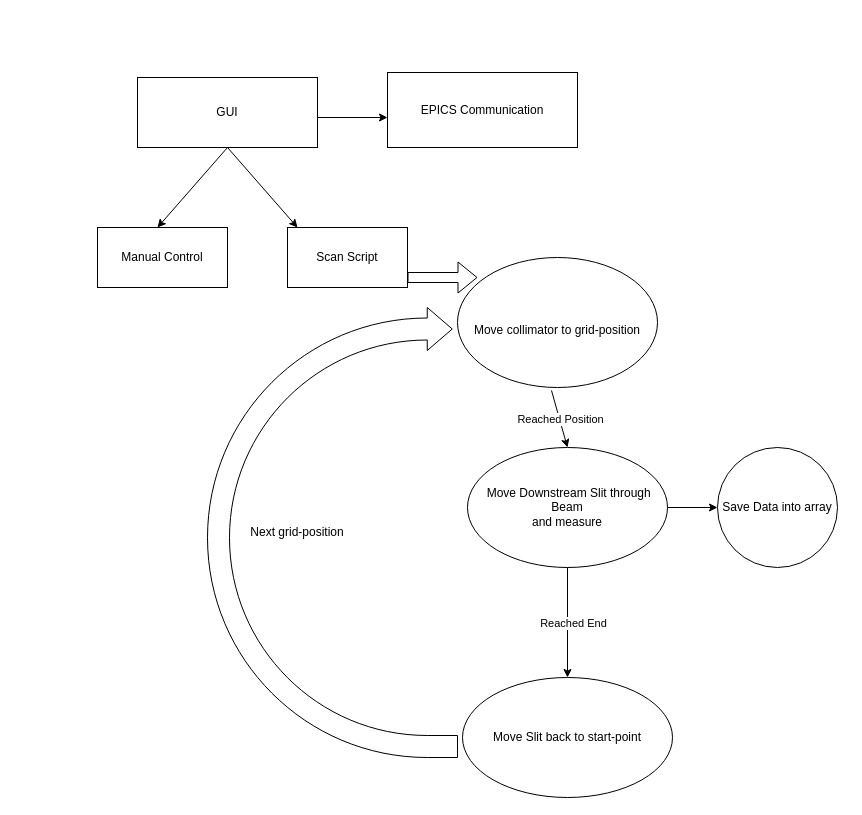
Before: Program_Diagram.drawio in sistrebel/Emittancemeter_control, a draw.io diagram. Source tidied: cells renumbered, new cells numbered last; positions are measured from the earlier drawing's top-left corner, leaving out a move shared by most shapes. Both pictures are drawn from the tidied source at 100%, with x=0, y=0 at pixel (97, 72).
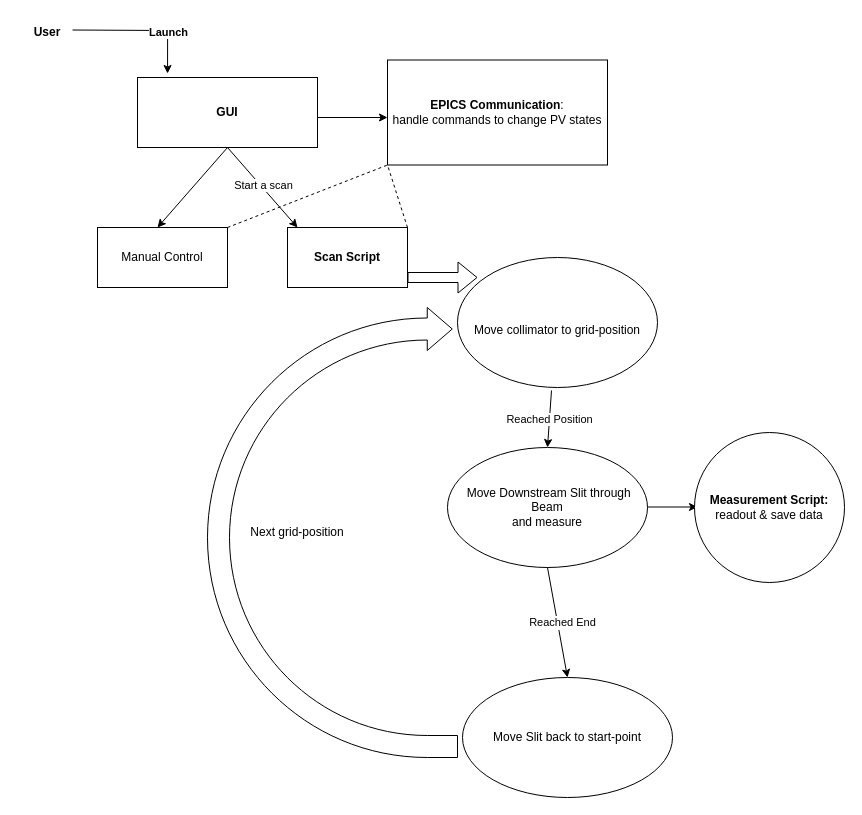
The same page after the edit.

The change refers to these unchanged cells:
```xml
<mxCell id="5" style="endArrow=classic;html=1;rounded=0;" parent="1" edge="1">
  <mxGeometry relative="1" as="geometry">
    <mxPoint x="130" y="75" as="sourcePoint" />
    <mxPoint x="200" y="155" as="targetPoint" />
  </mxGeometry>
</mxCell>
```

The edit, as a diff of the source:
```diff
@@
-    <mxCell id="2" value="GUI" style="rounded=0;whiteSpace=wrap;html=1;" parent="1" vertex="1">
+    <mxCell id="2" value="&lt;b&gt;GUI&lt;/b&gt;" style="rounded=0;whiteSpace=wrap;html=1;" parent="1" vertex="1">
       <mxGeometry x="40" y="5" width="180" height="70" as="geometry" />
     </mxCell>
@@
-    <mxCell id="4" value="EPICS Communication" style="rounded=0;whiteSpace=wrap;html=1;" parent="1" vertex="1">
-      <mxGeometry x="290" width="190" height="75" as="geometry" />
+    <mxCell id="4" value="&lt;b&gt;EPICS Communication&lt;/b&gt;:&lt;br&gt;handle commands to change PV states" style="rounded=0;whiteSpace=wrap;html=1;" parent="1" vertex="1">
+      <mxGeometry x="290" y="-12.5" width="220" height="105" as="geometry" />
     </mxCell>
@@
+    <mxCell id="22" value="Start a scan" style="edgeLabel;html=1;align=center;verticalAlign=middle;" parent="5" vertex="1">
+      <mxGeometry x="-0.02" y="2" relative="1" as="geometry" />
+    </mxCell>
@@
-    <mxCell id="7" value="Scan Script" style="rounded=0;whiteSpace=wrap;html=1;" parent="1" vertex="1">
+    <mxCell id="7" value="&lt;b&gt;Scan Script&lt;/b&gt;" style="rounded=0;whiteSpace=wrap;html=1;" parent="1" vertex="1">
       <mxGeometry x="190" y="155" width="120" height="60" as="geometry" />
     </mxCell>
@@
     <mxCell id="11" value="&amp;nbsp;Move Downstream Slit through Beam&lt;br&gt;and measure" style="ellipse;whiteSpace=wrap;html=1;" parent="1" vertex="1">
-      <mxGeometry x="370" y="375" width="200" height="120" as="geometry" />
+      <mxGeometry x="350" y="375" width="200" height="120" as="geometry" />
     </mxCell>
@@
-    <mxCell id="14" style="endArrow=classic;html=1;rounded=0;" parent="1" edge="1">
+    <mxCell id="14" style="endArrow=classic;html=1;rounded=0;exitX=0.5;exitY=1;exitDx=0;exitDy=0;" parent="1" edge="1" source="11">
       <mxGeometry relative="1" as="geometry">
-        <mxPoint x="470" y="495" as="sourcePoint" />
         <mxPoint x="470" y="605" as="targetPoint" />
       </mxGeometry>
     </mxCell>
@@
     <mxCell id="20" style="endArrow=classic;html=1;rounded=0;" parent="1" edge="1">
       <mxGeometry relative="1" as="geometry">
-        <mxPoint x="570" y="435" as="sourcePoint" />
-        <mxPoint x="620" y="435" as="targetPoint" />
+        <mxPoint x="550" y="434.5" as="sourcePoint" />
+        <mxPoint x="600" y="434.5" as="targetPoint" />
       </mxGeometry>
     </mxCell>
-    <mxCell id="21" value="Save Data into array" style="ellipse;whiteSpace=wrap;html=1;" parent="1" vertex="1">
-      <mxGeometry x="620" y="375" width="120" height="120" as="geometry" />
+    <mxCell id="21" value="&lt;b&gt;Measurement Script:&lt;br&gt;&lt;/b&gt;readout &amp;amp; save data" style="ellipse;whiteSpace=wrap;html=1;" parent="1" vertex="1">
+      <mxGeometry x="597" y="360" width="150" height="150" as="geometry" />
     </mxCell>
+    <mxCell id="23" style="edgeStyle=orthogonalEdgeStyle;rounded=0;orthogonalLoop=1;jettySize=auto;html=1;exitX=0.5;exitY=1;exitDx=0;exitDy=0;" parent="1" edge="1" source="4" target="4">
+      <mxGeometry relative="1" as="geometry" />
+    </mxCell>
+    <mxCell id="24" style="endArrow=none;dashed=1;html=1;rounded=0;entryX=0;entryY=1;entryDx=0;entryDy=0;" parent="1" edge="1" target="4">
+      <mxGeometry relative="1" as="geometry">
+        <mxPoint x="130" y="155" as="sourcePoint" />
+      </mxGeometry>
+    </mxCell>
+    <mxCell id="25" style="endArrow=none;dashed=1;html=1;rounded=0;entryX=0;entryY=1;entryDx=0;entryDy=0;" parent="1" edge="1" target="4">
+      <mxGeometry relative="1" as="geometry">
+        <mxPoint x="310" y="155" as="sourcePoint" />
+      </mxGeometry>
+    </mxCell>
+    <mxCell id="26" style="edgeStyle=orthogonalEdgeStyle;rounded=0;jettySize=auto;html=1;exitX=0.5;exitY=0.5;exitDx=0;exitDy=0;exitPerimeter=0;entryX=0.167;entryY=-0.057;entryDx=0;entryDy=0;entryPerimeter=0;" parent="1" edge="1" target="2">
+      <mxGeometry relative="1" as="geometry">
+        <mxPoint x="-25" y="-42.5" as="sourcePoint" />
+      </mxGeometry>
+    </mxCell>
+    <mxCell id="27" value="&lt;b&gt;Launch&lt;/b&gt;" style="edgeLabel;html=1;align=center;verticalAlign=middle;" parent="26" vertex="1">
+      <mxGeometry x="0.41" relative="1" as="geometry" />
+    </mxCell>
+    <mxCell id="28" value="&lt;b&gt;User&lt;/b&gt;" style="text;html=1;strokeColor=none;fillColor=none;align=center;verticalAlign=middle;whiteSpace=wrap;rounded=0;" parent="1" vertex="1">
+      <mxGeometry x="-80" y="-55" width="60" height="30" as="geometry" />
+    </mxCell>
```
